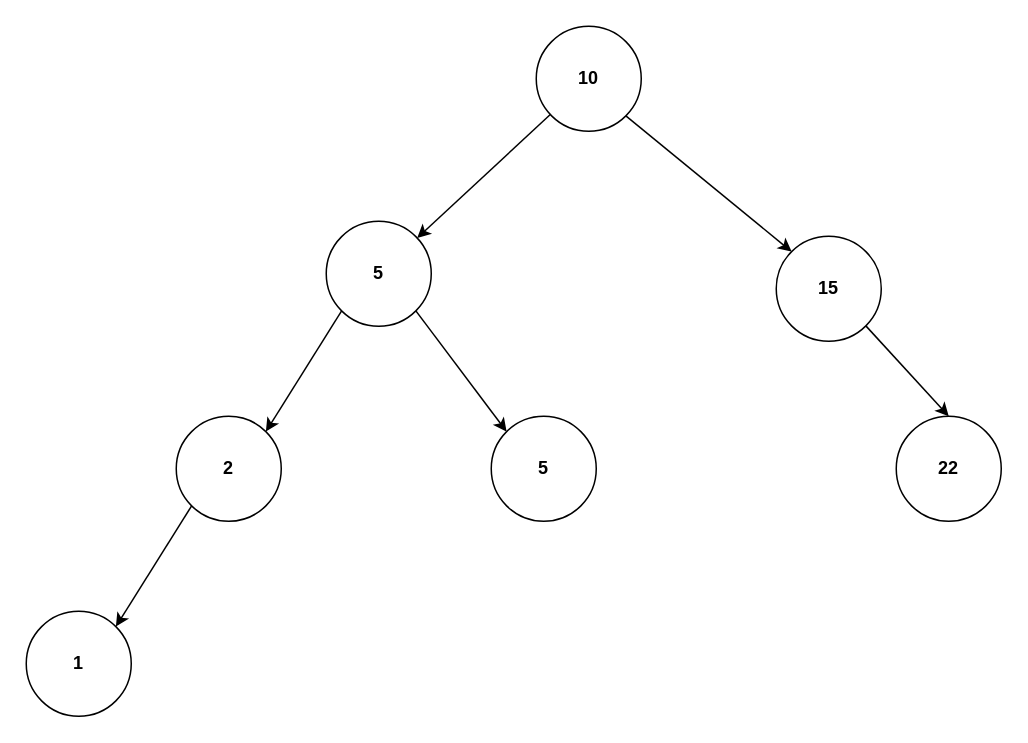
Earlier version of the draw.io diagram PythonPrep/algoExpert/BST.drawio (kgicheha/CodingLeetcode). Source tidied: cells renumbered, new cells numbered last; positions are measured from the earlier drawing's top-left corner, leaving out a move shared by most shapes. Both pictures are drawn from the tidied source at 150%, with x=0, y=0 at pixel (26, 26).
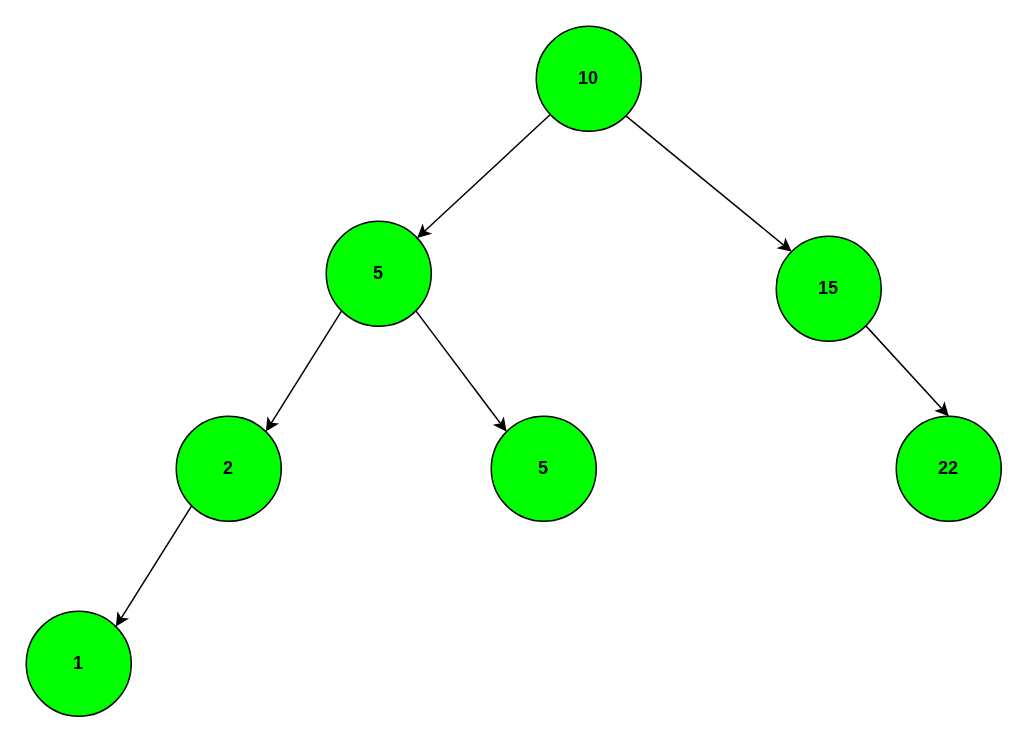
After the change.

Change to the diagram source:
```diff
@@
 <mxGraphModel>
   <root>
     <mxCell id="0" />
     <mxCell id="1" parent="0" />
     <mxCell id="2" style="edgeStyle=none;html=1;" parent="1" edge="1" source="4" target="7">
       <mxGeometry relative="1" as="geometry" />
     </mxCell>
     <mxCell id="3" style="edgeStyle=none;html=1;exitX=1;exitY=1;exitDx=0;exitDy=0;entryX=0;entryY=0;entryDx=0;entryDy=0;" parent="1" edge="1" source="4" target="13">
       <mxGeometry relative="1" as="geometry" />
     </mxCell>
-    <mxCell id="4" value="&lt;b&gt;10&lt;/b&gt;" style="ellipse;whiteSpace=wrap;html=1;" parent="1" vertex="1">
+    <mxCell id="4" value="&lt;b&gt;10&lt;/b&gt;" style="ellipse;whiteSpace=wrap;html=1;fillColor=#00FF00;" parent="1" vertex="1">
       <mxGeometry x="340" width="70" height="70" as="geometry" />
     </mxCell>
     <mxCell id="5" style="edgeStyle=none;html=1;exitX=1;exitY=1;exitDx=0;exitDy=0;entryX=0;entryY=0;entryDx=0;entryDy=0;" parent="1" edge="1" source="7" target="8">
       <mxGeometry relative="1" as="geometry" />
     </mxCell>
     <mxCell id="6" style="edgeStyle=none;html=1;exitX=0;exitY=1;exitDx=0;exitDy=0;entryX=1;entryY=0;entryDx=0;entryDy=0;" parent="1" edge="1" source="7" target="10">
       <mxGeometry relative="1" as="geometry" />
     </mxCell>
-    <mxCell id="7" value="&lt;b&gt;5&lt;/b&gt;" style="ellipse;whiteSpace=wrap;html=1;" parent="1" vertex="1">
+    <mxCell id="7" value="&lt;b&gt;5&lt;/b&gt;" style="ellipse;whiteSpace=wrap;html=1;fillColor=#00FF00;" parent="1" vertex="1">
       <mxGeometry x="200" y="130" width="70" height="70" as="geometry" />
     </mxCell>
-    <mxCell id="8" value="&lt;b&gt;5&lt;/b&gt;" style="ellipse;whiteSpace=wrap;html=1;" parent="1" vertex="1">
+    <mxCell id="8" value="&lt;b&gt;5&lt;/b&gt;" style="ellipse;whiteSpace=wrap;html=1;fillColor=#00FF00;" parent="1" vertex="1">
       <mxGeometry x="310" y="260" width="70" height="70" as="geometry" />
     </mxCell>
     <mxCell id="9" style="edgeStyle=none;html=1;exitX=0;exitY=1;exitDx=0;exitDy=0;entryX=1;entryY=0;entryDx=0;entryDy=0;" parent="1" edge="1" source="10" target="11">
       <mxGeometry relative="1" as="geometry" />
     </mxCell>
-    <mxCell id="10" value="&lt;b&gt;2&lt;/b&gt;" style="ellipse;whiteSpace=wrap;html=1;" parent="1" vertex="1">
+    <mxCell id="10" value="&lt;b&gt;2&lt;/b&gt;" style="ellipse;whiteSpace=wrap;html=1;fillColor=#00FF00;" parent="1" vertex="1">
       <mxGeometry x="100" y="260" width="70" height="70" as="geometry" />
     </mxCell>
-    <mxCell id="11" value="&lt;b&gt;1&lt;/b&gt;" style="ellipse;whiteSpace=wrap;html=1;" parent="1" vertex="1">
+    <mxCell id="11" value="&lt;b&gt;1&lt;/b&gt;" style="ellipse;whiteSpace=wrap;html=1;fillColor=#00FF00;" parent="1" vertex="1">
       <mxGeometry y="390" width="70" height="70" as="geometry" />
     </mxCell>
     <mxCell id="12" style="edgeStyle=none;html=1;exitX=1;exitY=1;exitDx=0;exitDy=0;entryX=0.5;entryY=0;entryDx=0;entryDy=0;" parent="1" edge="1" source="13" target="14">
       <mxGeometry relative="1" as="geometry" />
     </mxCell>
-    <mxCell id="13" value="&lt;b&gt;15&lt;/b&gt;" style="ellipse;whiteSpace=wrap;html=1;" parent="1" vertex="1">
+    <mxCell id="13" value="&lt;b&gt;15&lt;/b&gt;" style="ellipse;whiteSpace=wrap;html=1;fillColor=#00FF00;" parent="1" vertex="1">
       <mxGeometry x="500" y="140" width="70" height="70" as="geometry" />
     </mxCell>
-    <mxCell id="14" value="&lt;b&gt;22&lt;/b&gt;" style="ellipse;whiteSpace=wrap;html=1;" parent="1" vertex="1">
+    <mxCell id="14" value="&lt;b&gt;22&lt;/b&gt;" style="ellipse;whiteSpace=wrap;html=1;fillColor=#00FF00;" parent="1" vertex="1">
       <mxGeometry x="580" y="260" width="70" height="70" as="geometry" />
     </mxCell>
   </root>
 </mxGraphModel>
```
